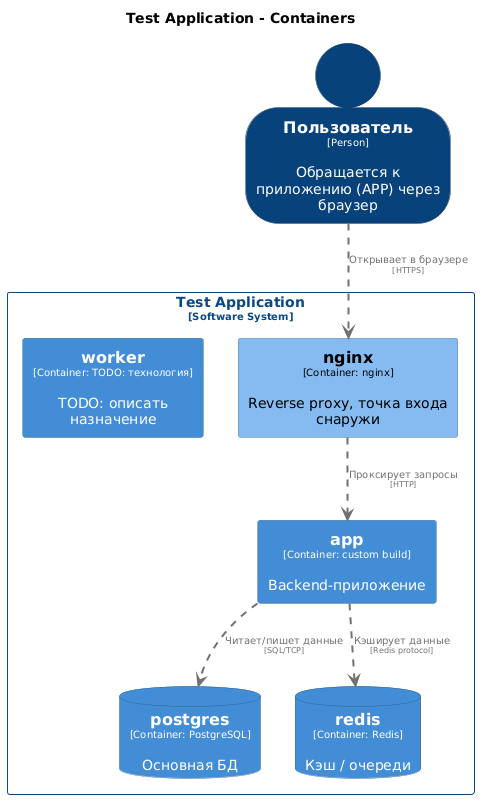
Above: architecture/diagrams/structurizr-Containers.png in dmitryimalkov/cicd (PlantUML), before the change.
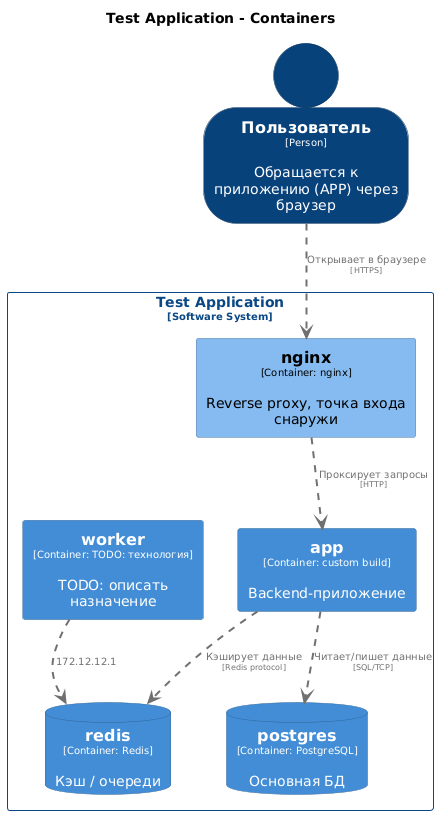
The same diagram one commit later.

Commit message:
docs: auto-sync architecture with docker-compose

What changed in the source:
```diff
@@ -67,6 +67,7 @@
 
 TestApplication.app .[#707070,thickness=2].> TestApplication.postgres : "<color:#707070>Читает/пишет данные\n<color:#707070><size:8>[SQL/TCP]</size>"
 TestApplication.app .[#707070,thickness=2].> TestApplication.redis : "<color:#707070>Кэширует данные\n<color:#707070><size:8>[Redis protocol]</size>"
+TestApplication.worker .[#707070,thickness=2].> TestApplication.redis : "<color:#707070>172.12.12.1"
 Пользователь .[#707070,thickness=2].> TestApplication.nginx : "<color:#707070>Открывает в браузере\n<color:#707070><size:8>[HTTPS]</size>"
 TestApplication.nginx .[#707070,thickness=2].> TestApplication.app : "<color:#707070>Проксирует запросы\n<color:#707070><size:8>[HTTP]</size>"
 @enduml
```
